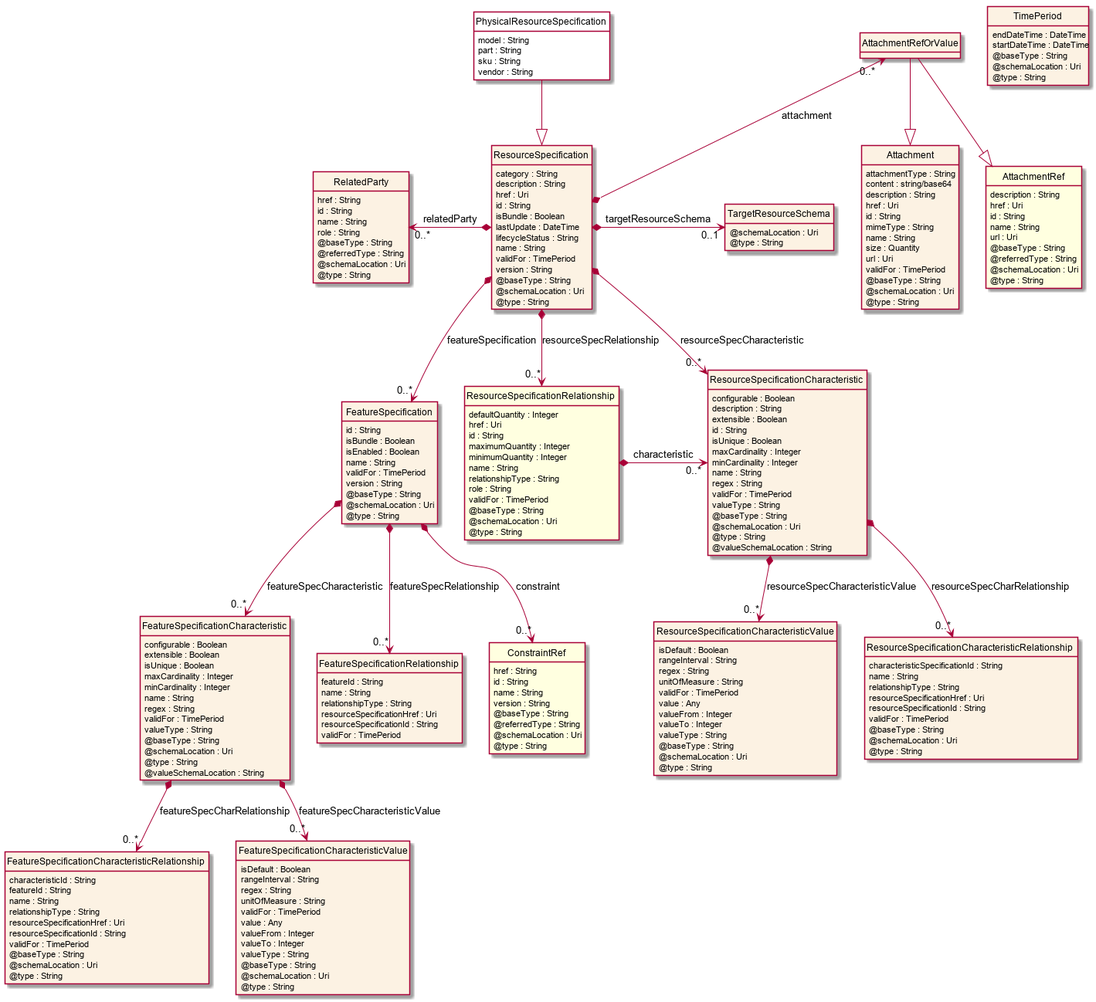
Above: apis/TMF634_Resource_Catalog/documentation/diagrams/Resource_PhysicalResourceSpecification.png in tmforum-apis/Open_Api_And_Data_Model (PlantUML), before the change.
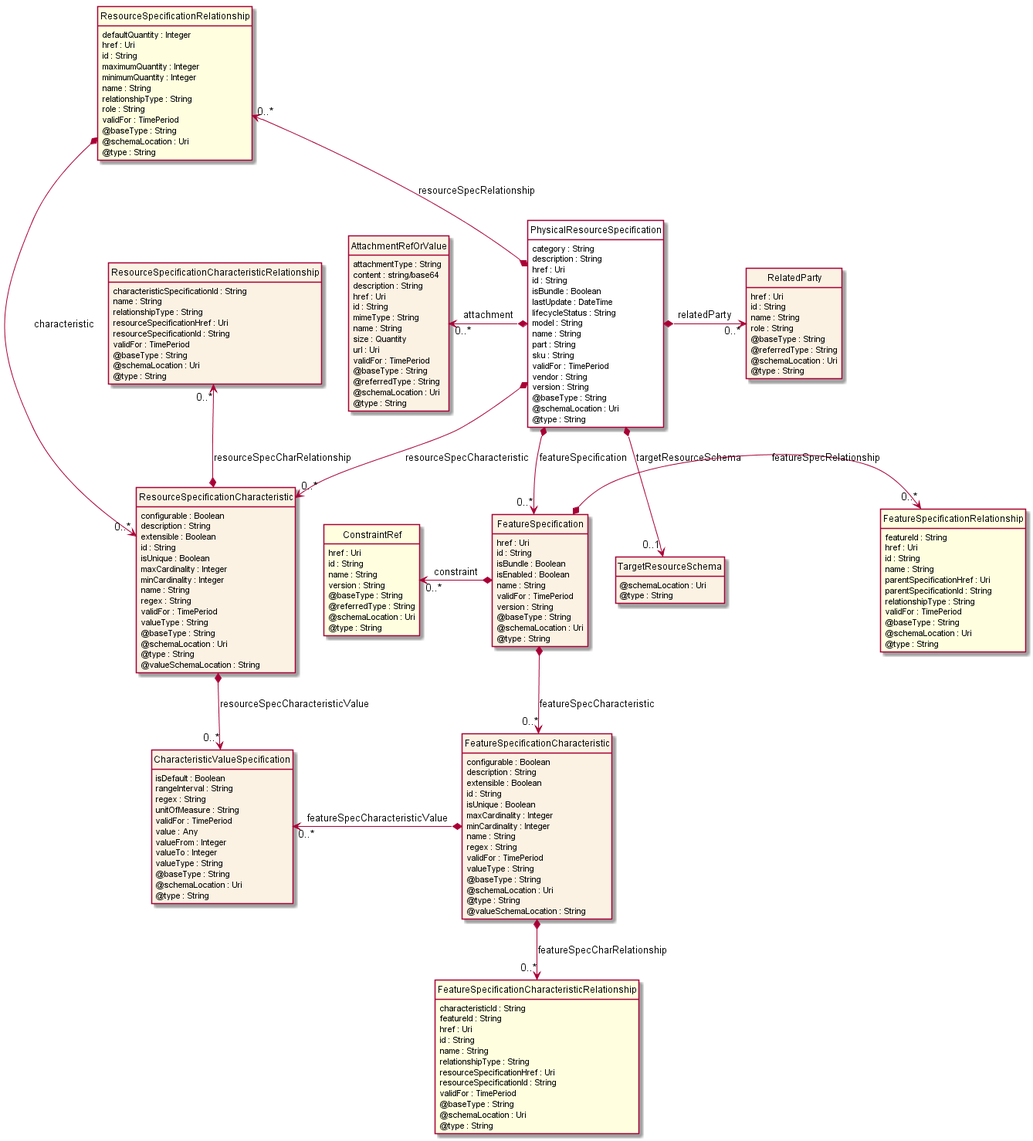
After the commit.

Change to the diagram source:
```diff
@@ -7,18 +7,10 @@
    BackgroundColor<<Enumeration>> #E6F5F7
    BackgroundColor<<Ref>> #FFFFE0
    BackgroundColor<<Pivot>> #FFFFFFF
-   BackgroundColor<<SimpleType>> #E2F0DA
    BackgroundColor #FCF2E3
 }
 
-class PhysicalResourceSpecification <<Pivot>> {
-    model : String
-    part : String
-    sku : String
-    vendor : String
-}
-
-class ResourceSpecification  {
+class PhysicalResourceSpecification  <<Pivot>> {
     category : String
     description : String
     href : Uri
@@ -26,24 +18,20 @@
     isBundle : Boolean
     lastUpdate : DateTime
     lifecycleStatus : String
+    model : String
     name : String
+    part : String
+    sku : String
     validFor : TimePeriod
+    vendor : String
     version : String
     @baseType : String
     @schemaLocation : Uri
     @type : String
 }
 
-class TimePeriod  {
-    endDateTime : DateTime
-    startDateTime : DateTime
-    @baseType : String
-    @schemaLocation : Uri
-    @type : String
-}
-
 class RelatedParty  {
-    href : String
+    href : Uri
     id : String
     name : String
     role : String
@@ -71,7 +59,7 @@
     @valueSchemaLocation : String
 }
 
-class ResourceSpecificationCharacteristicValue  {
+class CharacteristicValueSpecification  {
     isDefault : Boolean
     rangeInterval : String
     regex : String
@@ -99,6 +87,7 @@
 }
 
 class FeatureSpecification  {
+    href : Uri
     id : String
     isBundle : Boolean
     isEnabled : Boolean
@@ -110,17 +99,22 @@
     @type : String
 }
 
-class FeatureSpecificationRelationship  {
+class FeatureSpecificationRelationship  <<Ref>> {
     featureId : String
+    href : Uri
+    id : String
     name : String
+    parentSpecificationHref : Uri
+    parentSpecificationId : String
     relationshipType : String
-    resourceSpecificationHref : Uri
-    resourceSpecificationId : String
     validFor : TimePeriod
+    @baseType : String
+    @schemaLocation : Uri
+    @type : String
 }
 
 class ConstraintRef  <<Ref>> {
-    href : String
+    href : Uri
     id : String
     name : String
     version : String
@@ -132,7 +126,9 @@
 
 class FeatureSpecificationCharacteristic  {
     configurable : Boolean
+    description : String
     extensible : Boolean
+    id : String
     isUnique : Boolean
     maxCardinality : Integer
     minCardinality : Integer
@@ -146,29 +142,16 @@
     @valueSchemaLocation : String
 }
 
-class FeatureSpecificationCharacteristicRelationship  {
+class FeatureSpecificationCharacteristicRelationship  <<Ref>> {
     characteristicId : String
     featureId : String
+    href : Uri
+    id : String
     name : String
     relationshipType : String
     resourceSpecificationHref : Uri
     resourceSpecificationId : String
     validFor : TimePeriod
-    @baseType : String
-    @schemaLocation : Uri
-    @type : String
-}
-
-class FeatureSpecificationCharacteristicValue  {
-    isDefault : Boolean
-    rangeInterval : String
-    regex : String
-    unitOfMeasure : String
-    validFor : TimePeriod
-    value : Any
-    valueFrom : Integer
-    valueTo : Integer
-    valueType : String
     @baseType : String
     @schemaLocation : Uri
     @type : String
@@ -190,22 +173,6 @@
 }
 
 class AttachmentRefOrValue  {
-
-}
-
-class AttachmentRef  <<Ref>> {
-    description : String
-    href : Uri
-    id : String
-    name : String
-    url : Uri
-    @baseType : String
-    @referredType : String
-    @schemaLocation : Uri
-    @type : String
-}
-
-class Attachment  {
     attachmentType : String
     content : string/base64
     description : String
@@ -217,6 +184,7 @@
     url : Uri
     validFor : TimePeriod
     @baseType : String
+    @referredType : String
     @schemaLocation : Uri
     @type : String
 }
@@ -226,40 +194,32 @@
     @type : String
 }
 
-PhysicalResourceSpecification --|> ResourceSpecification
+ResourceSpecificationRelationship "0..*" <--* PhysicalResourceSpecification : resourceSpecRelationship
 
-ResourceSpecification *-->  "0..*" ResourceSpecificationRelationship : resourceSpecRelationship
+PhysicalResourceSpecification *-->  "0..*" ResourceSpecificationCharacteristic : resourceSpecCharacteristic
 
-ResourceSpecification *-->  "0..*" ResourceSpecificationCharacteristic : resourceSpecCharacteristic
+PhysicalResourceSpecification *-->  "0..*" FeatureSpecification : featureSpecification
 
-ResourceSpecificationRelationship *-right-> "0..*" ResourceSpecificationCharacteristic : characteristic
-
-RelatedParty "0..*" <-left-* ResourceSpecification : relatedParty
-
-ResourceSpecification *-right-> "0..1" TargetResourceSchema : targetResourceSchema
-
-AttachmentRefOrValue "0..*" <--* ResourceSpecification : attachment
-
-ResourceSpecification *-->  "0..*" FeatureSpecification : featureSpecification
-
-FeatureSpecification -right[hidden]-> ResourceSpecificationRelationship
-
-FeatureSpecification *-->  "0..*" FeatureSpecificationRelationship : featureSpecRelationship
-
-FeatureSpecification *-->  "0..*" ConstraintRef : constraint
+ResourceSpecificationCharacteristic *-->  "0..*" CharacteristicValueSpecification : resourceSpecCharacteristicValue
 
 FeatureSpecification *-->  "0..*" FeatureSpecificationCharacteristic : featureSpecCharacteristic
 
-ResourceSpecificationCharacteristic *-->  "0..*" ResourceSpecificationCharacteristicValue : resourceSpecCharacteristicValue
+CharacteristicValueSpecification "0..*" <-left-* FeatureSpecificationCharacteristic : featureSpecCharacteristicValue
 
-ResourceSpecificationCharacteristic *-->  "0..*" ResourceSpecificationCharacteristicRelationship : resourceSpecCharRelationship
+ResourceSpecificationRelationship *-->  "0..*" ResourceSpecificationCharacteristic : characteristic
+
+AttachmentRefOrValue "0..*" <-left-* PhysicalResourceSpecification : attachment
+
+PhysicalResourceSpecification *-right-> "0..*" RelatedParty : relatedParty
+
+PhysicalResourceSpecification *-->  "0..1" TargetResourceSchema : targetResourceSchema
+
+ConstraintRef "0..*" <-left-* FeatureSpecification : constraint
+
+FeatureSpecification *-right-> "0..*" FeatureSpecificationRelationship : featureSpecRelationship
+
+ResourceSpecificationCharacteristicRelationship "0..*" <--* ResourceSpecificationCharacteristic : resourceSpecCharRelationship
 
 FeatureSpecificationCharacteristic *-->  "0..*" FeatureSpecificationCharacteristicRelationship : featureSpecCharRelationship
 
-FeatureSpecificationCharacteristic *-->  "0..*" FeatureSpecificationCharacteristicValue : featureSpecCharacteristicValue
-
-AttachmentRefOrValue --|> Attachment
-
-AttachmentRefOrValue --|> AttachmentRef
-
 @enduml
```
